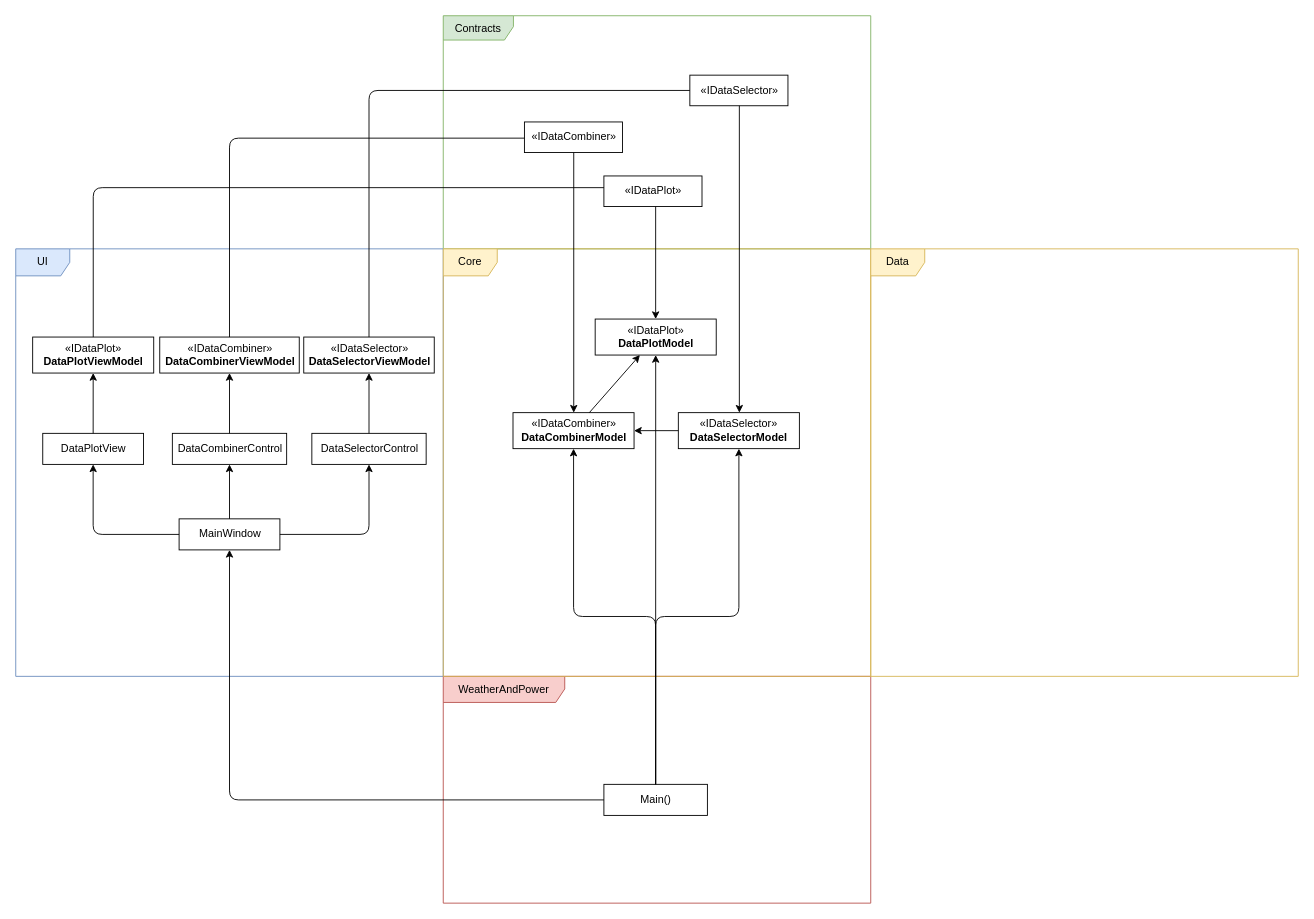
Earlier version of the draw.io diagram page "Page-2" (2 of 3) of WeatherAndPower/Documentation/diagrams.drawio (junjung929/WeatherAndPower). Source tidied: cells renumbered, new cells numbered last; positions are measured from the earlier drawing's top-left corner, leaving out a move shared by most shapes. Both pictures are drawn from the tidied source at 90%, with x=0, y=0 at pixel (15, 15).
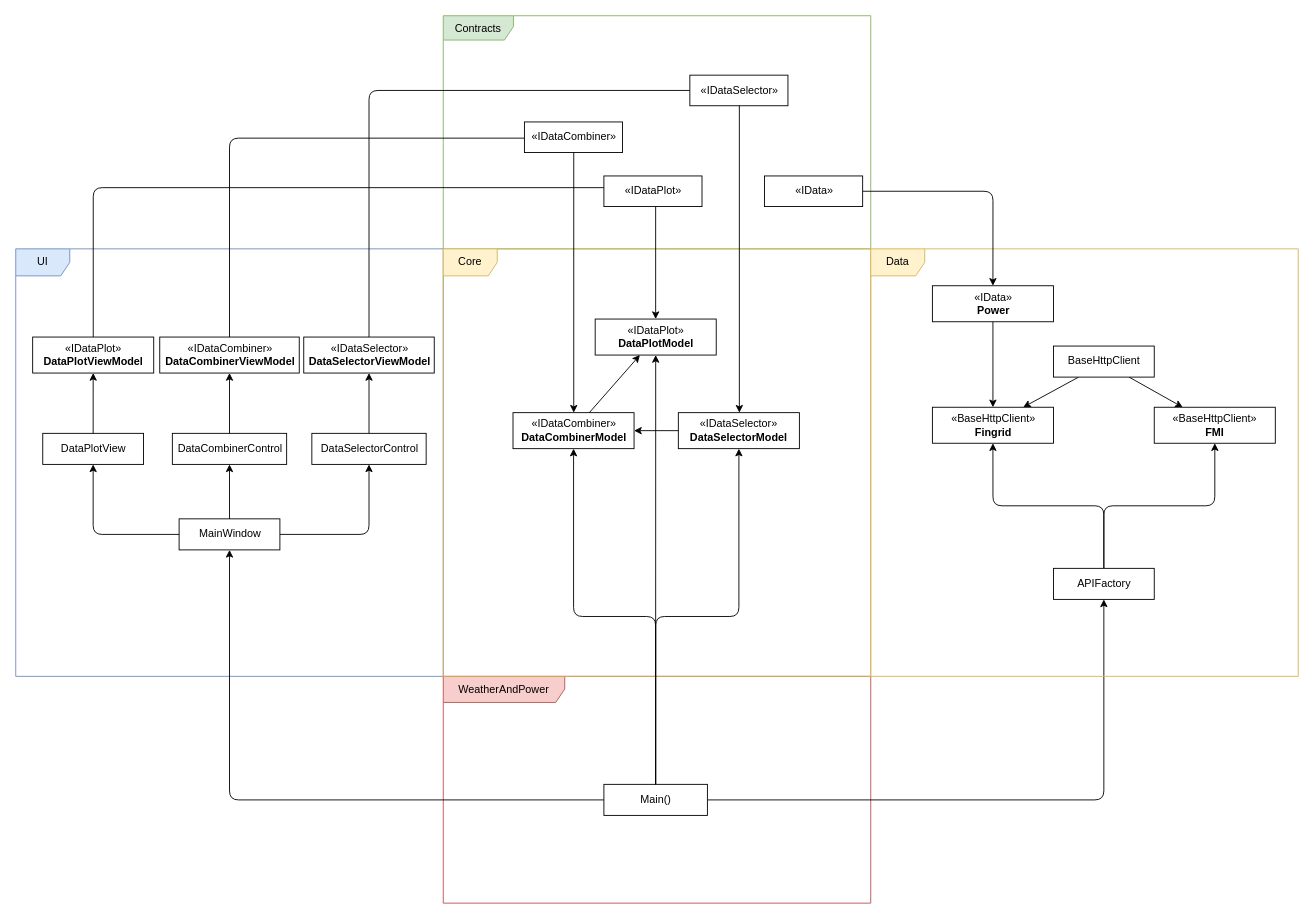
The same diagram, later.

Commit message:
Added data module to Class diagram. Added GUI diagram

The change refers to these unchanged cells:
```xml
<mxCell id="6" value="Main()" style="html=1;" parent="1" vertex="1">
  <mxGeometry x="653.5" y="854" width="115" height="34.5" as="geometry" />
</mxCell>
```

What changed in the source:
```diff
@@
+    <mxCell id="36" style="edgeStyle=orthogonalEdgeStyle;rounded=1;jettySize=auto;html=1;entryX=0.5;entryY=1;entryDx=0;entryDy=0;" parent="1" edge="1" source="6" target="48">
+      <mxGeometry relative="1" as="geometry" />
+    </mxCell>
@@
+    <mxCell id="37" style="rounded=1;jettySize=auto;html=1;exitX=0.25;exitY=1;exitDx=0;exitDy=0;entryX=0.75;entryY=0;entryDx=0;entryDy=0;" parent="1" edge="1" source="39" target="40">
+      <mxGeometry relative="1" as="geometry" />
+    </mxCell>
+    <mxCell id="38" style="edgeStyle=none;rounded=1;jettySize=auto;html=1;exitX=0.75;exitY=1;exitDx=0;exitDy=0;" parent="1" edge="1" source="39" target="41">
+      <mxGeometry relative="1" as="geometry" />
+    </mxCell>
+    <mxCell id="39" value="BaseHttpClient" style="html=1;" parent="1" vertex="1">
+      <mxGeometry x="1153" y="367" width="112" height="34.5" as="geometry" />
+    </mxCell>
+    <mxCell id="40" value="«BaseHttpClient»&lt;br&gt;&lt;b&gt;Fingrid&lt;/b&gt;" style="html=1;" parent="1" vertex="1">
+      <mxGeometry x="1018.5" y="435" width="134.5" height="40" as="geometry" />
+    </mxCell>
+    <mxCell id="41" value="«BaseHttpClient»&lt;br&gt;&lt;b&gt;FMI&lt;br&gt;&lt;/b&gt;" style="html=1;" parent="1" vertex="1">
+      <mxGeometry x="1265" y="435" width="134.5" height="40" as="geometry" />
+    </mxCell>
+    <mxCell id="42" style="edgeStyle=none;rounded=1;jettySize=auto;html=1;entryX=0.5;entryY=0;entryDx=0;entryDy=0;" parent="1" edge="1" source="43" target="40">
+      <mxGeometry relative="1" as="geometry" />
+    </mxCell>
+    <mxCell id="43" value="«IData»&lt;br&gt;&lt;b&gt;Power&lt;/b&gt;" style="html=1;" parent="1" vertex="1">
+      <mxGeometry x="1018.5" y="300" width="134.5" height="40" as="geometry" />
+    </mxCell>
+    <mxCell id="44" style="edgeStyle=orthogonalEdgeStyle;jettySize=auto;html=1;entryX=0.5;entryY=0;entryDx=0;entryDy=0;rounded=1;" parent="1" edge="1" source="45" target="43">
+      <mxGeometry relative="1" as="geometry" />
+    </mxCell>
+    <mxCell id="45" value="«IData»" style="html=1;" parent="1" vertex="1">
+      <mxGeometry x="832" y="178" width="109" height="34" as="geometry" />
+    </mxCell>
+    <mxCell id="46" style="edgeStyle=orthogonalEdgeStyle;rounded=1;jettySize=auto;html=1;entryX=0.5;entryY=1;entryDx=0;entryDy=0;" parent="1" edge="1" source="48" target="40">
+      <mxGeometry relative="1" as="geometry" />
+    </mxCell>
+    <mxCell id="47" style="edgeStyle=orthogonalEdgeStyle;rounded=1;jettySize=auto;html=1;" parent="1" edge="1" source="48" target="41">
+      <mxGeometry relative="1" as="geometry" />
+    </mxCell>
+    <mxCell id="48" value="APIFactory" style="html=1;" parent="1" vertex="1">
+      <mxGeometry x="1153" y="614" width="112" height="34.5" as="geometry" />
+    </mxCell>
```
